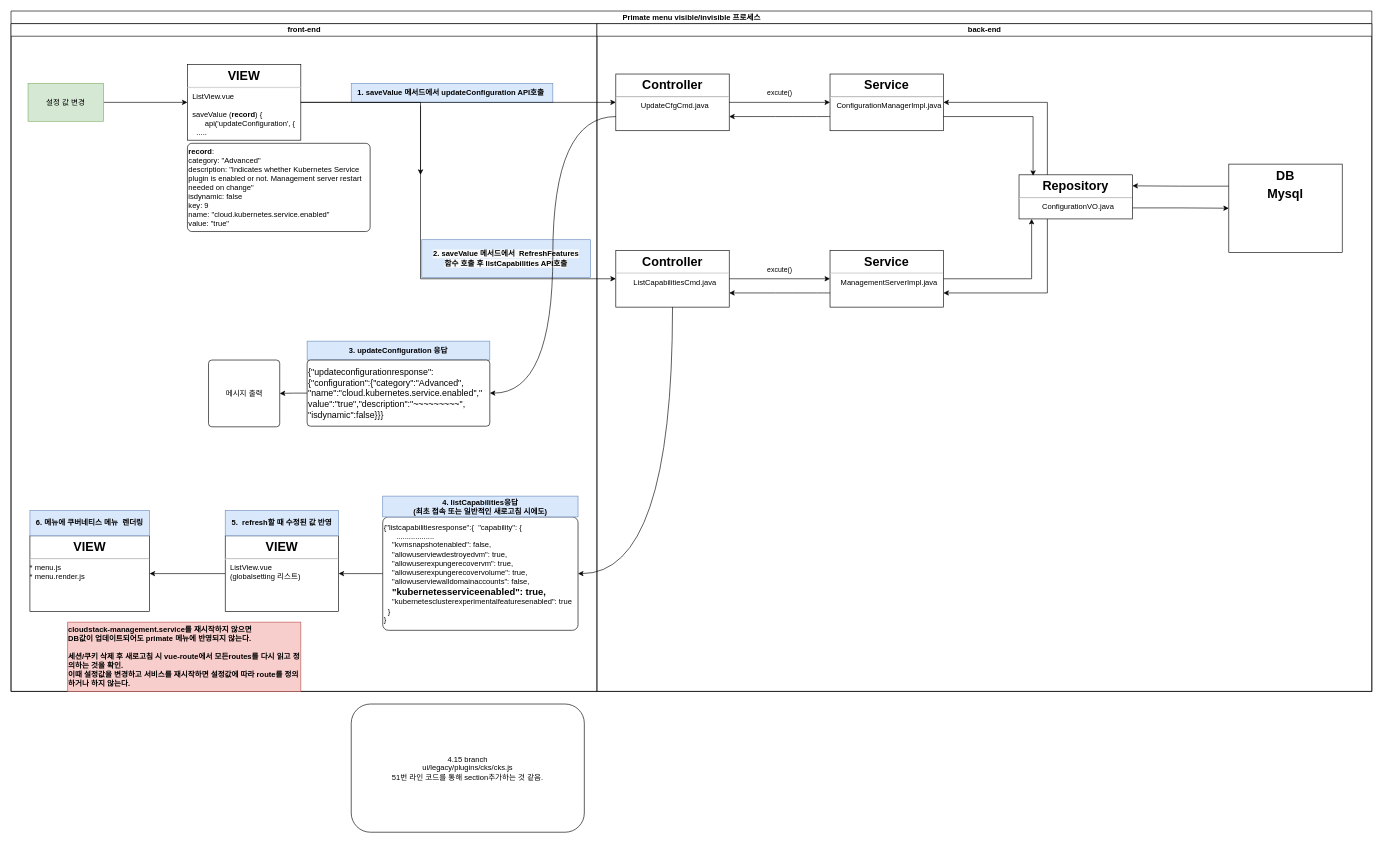
Before: kuber메뉴.drawio in stardom3645/wiki, a draw.io diagram. Source tidied: cells renumbered, new cells numbered last; positions are measured from the earlier drawing's top-left corner, leaving out a move shared by most shapes. Both pictures are drawn from the tidied source at 63%, with x=0, y=0 at pixel (11, 11).
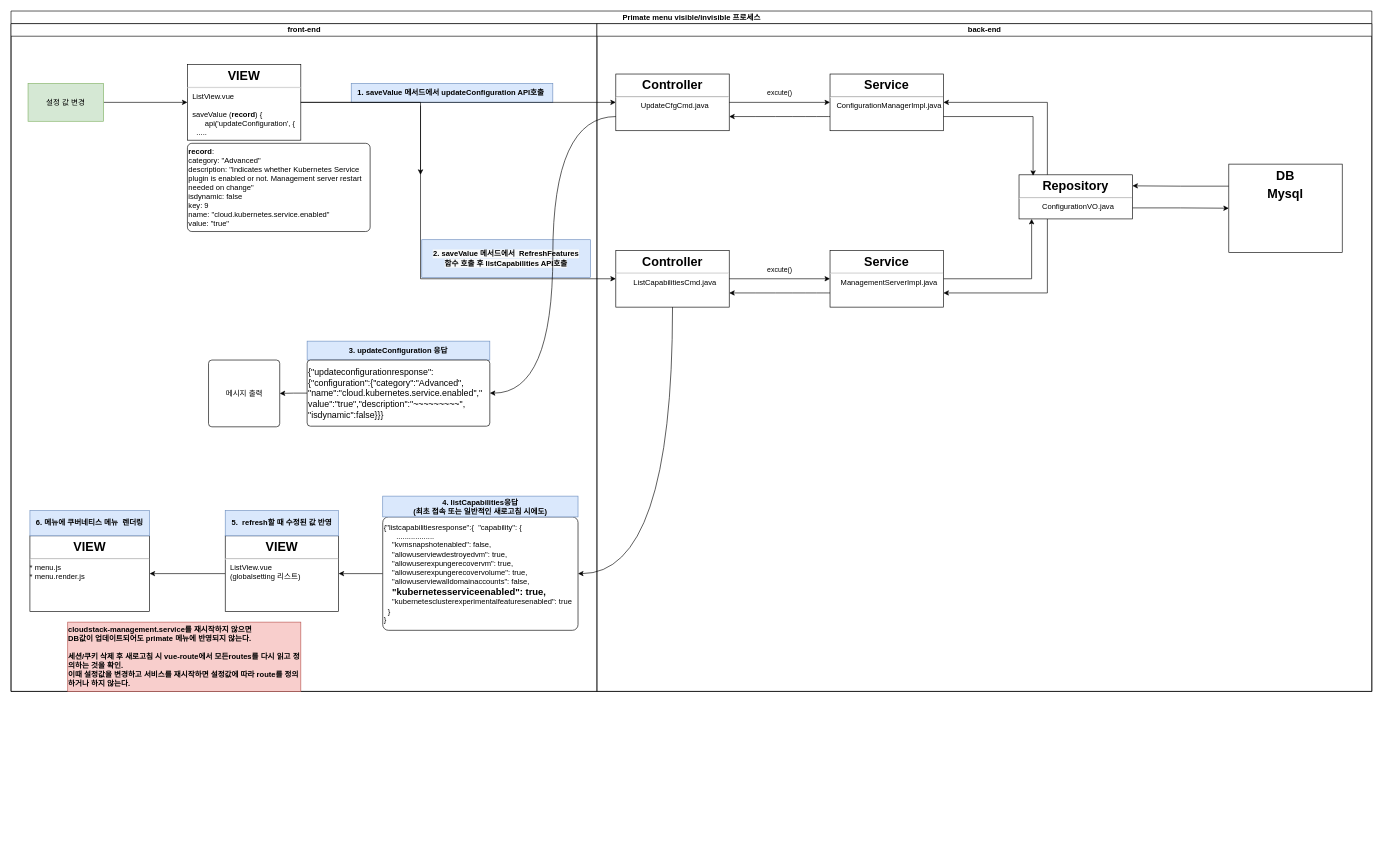
The same diagram, later.

Commit message:
kuber메뉴.drawio 업데이트

The edit, as a diff of the source:
```diff
@@
-    <mxCell id="45" value="4.15 branch&lt;br&gt;ui/legacy/plugins/cks/cks.js&lt;br&gt;51번 라인 코드를 통해 section추가하는 것 같음." style="rounded=1;whiteSpace=wrap;html=1;" parent="1" vertex="1">
-      <mxGeometry x="540" y="1100" width="370" height="203.5" as="geometry" />
-    </mxCell>
```
